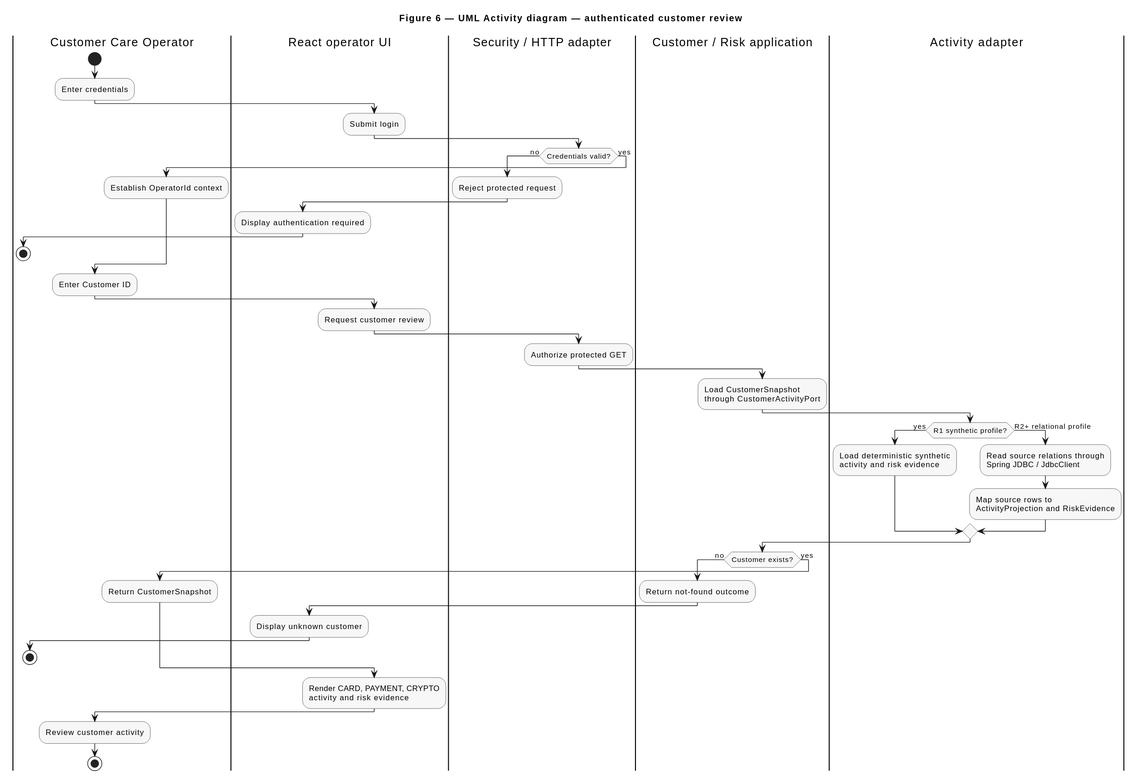
This is docs/assignment/SDD/diagrams/activity-customer-review.svg from jdoe-dev-159753/specgraph-reference-app, a PlantUML export, as it was before one commit. Source of this version:
```plantuml
@startuml
title Figure 6 — UML Activity diagram — authenticated customer review
skinparam linetype polyline
skinparam activity {
  BackgroundColor #F7F7F7
  BorderColor #333333
}

|Customer Care Operator|
start
:Enter credentials;

|React operator UI|
:Submit login;

|Security / HTTP adapter|
if (Credentials valid?) then (no)
  :Reject protected request;
  |React operator UI|
  :Display authentication required;
  |Customer Care Operator|
  stop
else (yes)
  :Establish OperatorId context;
endif

|Customer Care Operator|
:Enter Customer ID;

|React operator UI|
:Request customer review;

|Security / HTTP adapter|
:Authorize protected GET;

|Customer / Risk application|
:Load CustomerSnapshot\nthrough CustomerActivityPort;

|Activity adapter|
if (R1 synthetic profile?) then (yes)
  :Load deterministic synthetic\nactivity and risk evidence;
else (R2+ relational profile)
  :Read source relations through\nSpring JDBC / JdbcClient;
  :Map source rows to\nActivityProjection and RiskEvidence;
endif

|Customer / Risk application|
if (Customer exists?) then (no)
  :Return not-found outcome;
  |React operator UI|
  :Display unknown customer;
  |Customer Care Operator|
  stop
else (yes)
  :Return CustomerSnapshot;
endif

|React operator UI|
:Render CARD, PAYMENT, CRYPTO\nactivity and risk evidence;

|Customer Care Operator|
:Review customer activity;
stop
@enduml
```
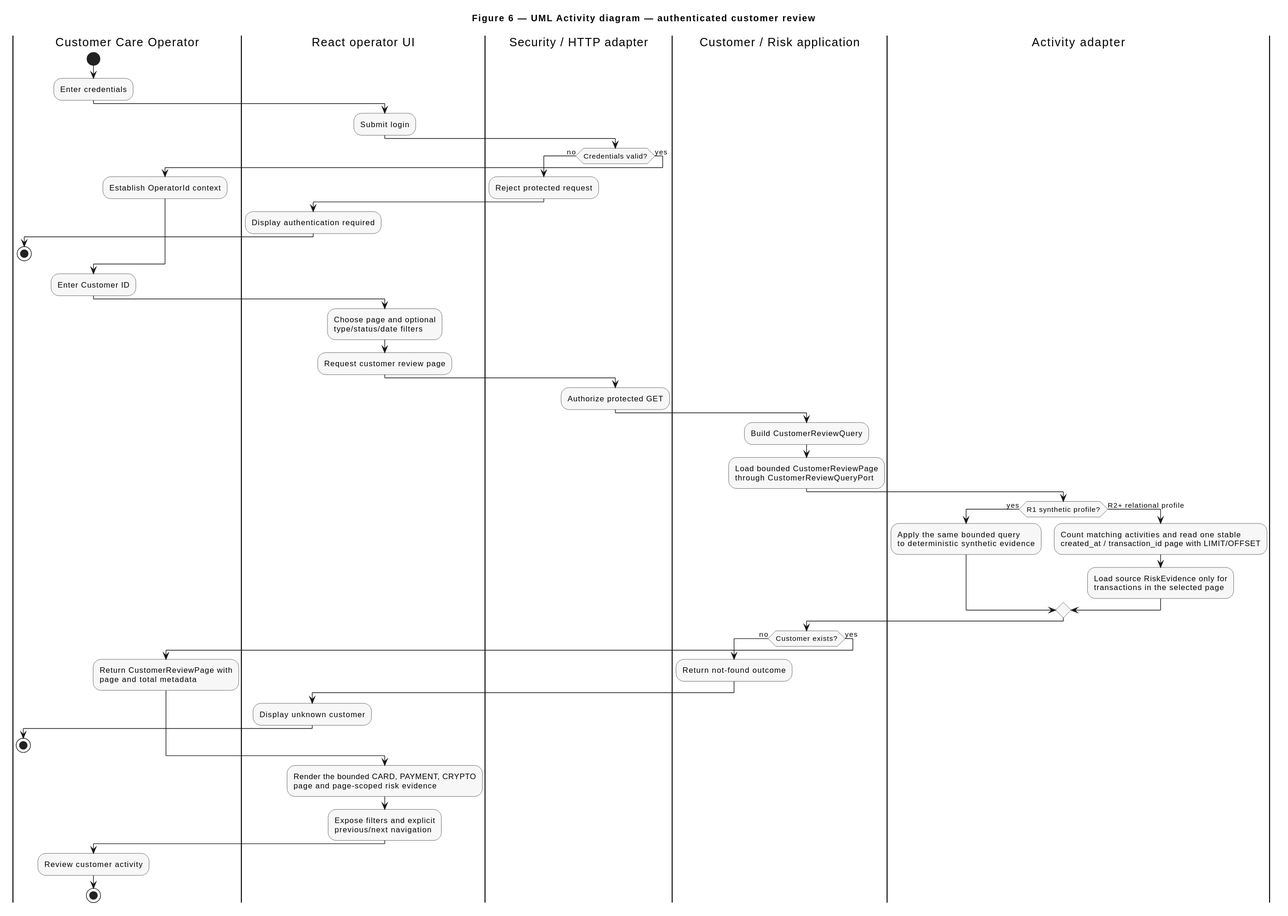
Later version of the same file.

Commit message:
docs: regenerate bounded review diagrams

Diff of the diagram source:
```diff
@@ -28,20 +28,22 @@
 :Enter Customer ID;
 
 |React operator UI|
-:Request customer review;
+:Choose page and optional\ntype/status/date filters;
+:Request customer review page;
 
 |Security / HTTP adapter|
 :Authorize protected GET;
 
 |Customer / Risk application|
-:Load CustomerSnapshot\nthrough CustomerActivityPort;
+:Build CustomerReviewQuery;
+:Load bounded CustomerReviewPage\nthrough CustomerReviewQueryPort;
 
 |Activity adapter|
 if (R1 synthetic profile?) then (yes)
-  :Load deterministic synthetic\nactivity and risk evidence;
+  :Apply the same bounded query\nto deterministic synthetic evidence;
 else (R2+ relational profile)
-  :Read source relations through\nSpring JDBC / JdbcClient;
-  :Map source rows to\nActivityProjection and RiskEvidence;
+  :Count matching activities and read one stable\ncreated_at / transaction_id page with LIMIT/OFFSET;
+  :Load source RiskEvidence only for\ntransactions in the selected page;
 endif
 
 |Customer / Risk application|
@@ -52,11 +54,12 @@
   |Customer Care Operator|
   stop
 else (yes)
-  :Return CustomerSnapshot;
+  :Return CustomerReviewPage with\npage and total metadata;
 endif
 
 |React operator UI|
-:Render CARD, PAYMENT, CRYPTO\nactivity and risk evidence;
+:Render the bounded CARD, PAYMENT, CRYPTO\npage and page-scoped risk evidence;
+:Expose filters and explicit\nprevious/next navigation;
 
 |Customer Care Operator|
 :Review customer activity;
```
